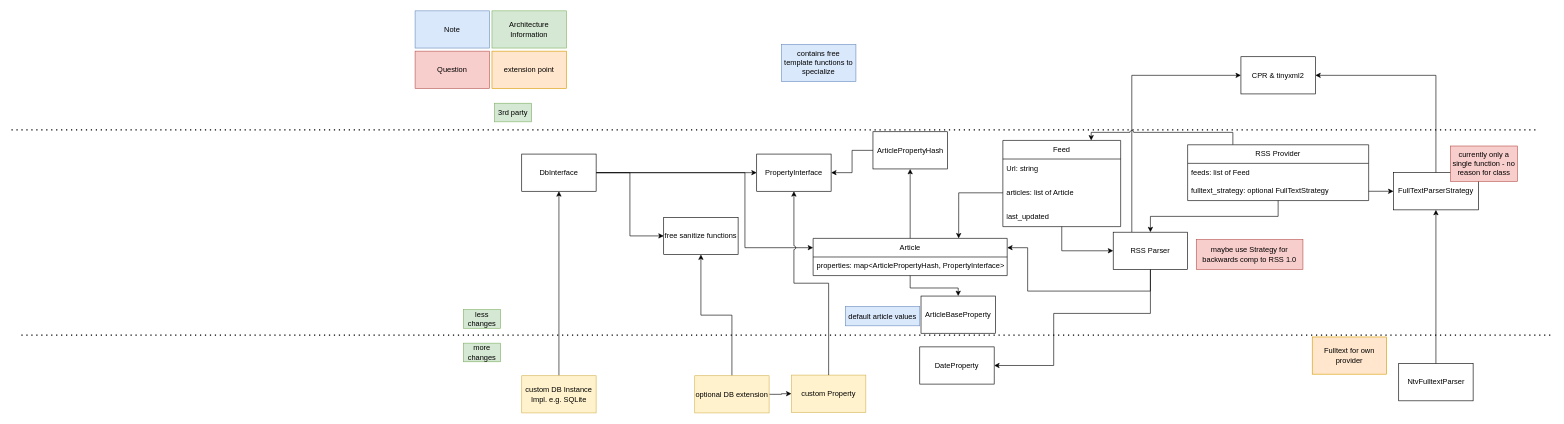
Above: doc/source/img/architecture.drawio in parthux1/feedcat (draw.io), before the change. Source tidied: cells renumbered, new cells numbered last; positions are measured from the earlier drawing's top-left corner, leaving out a move shared by most shapes. Both pictures are drawn from the tidied source at 62%, with x=0, y=0 at pixel (11, 11).
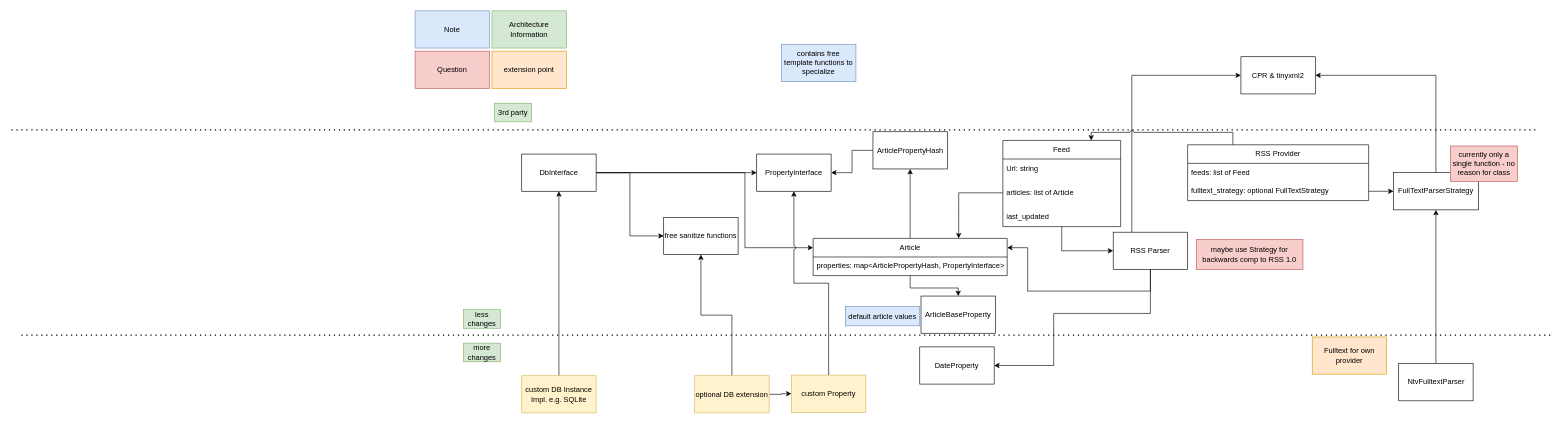
The same diagram, later.

The change refers to these unchanged cells:
```xml
<mxCell id="5" value="RSS Parser" style="rounded=0;whiteSpace=wrap;html=1;" parent="1" vertex="1">
  <mxGeometry x="1777" y="357" width="120" height="60" as="geometry" />
</mxCell>
<mxCell id="21" value="RSS Provider" style="swimlane;fontStyle=0;horizontal=1;startSize=30;whiteSpace=wrap;html=1;" parent="1" vertex="1">
  <mxGeometry x="1897" y="216" width="292" height="90" as="geometry" />
</mxCell>
```

What changed in the source:
```diff
@@
-    <mxCell id="20" style="edgeStyle=orthogonalEdgeStyle;rounded=0;jettySize=auto;html=1;" parent="1" edge="1" source="21" target="5">
-      <mxGeometry relative="1" as="geometry" />
-    </mxCell>
```
